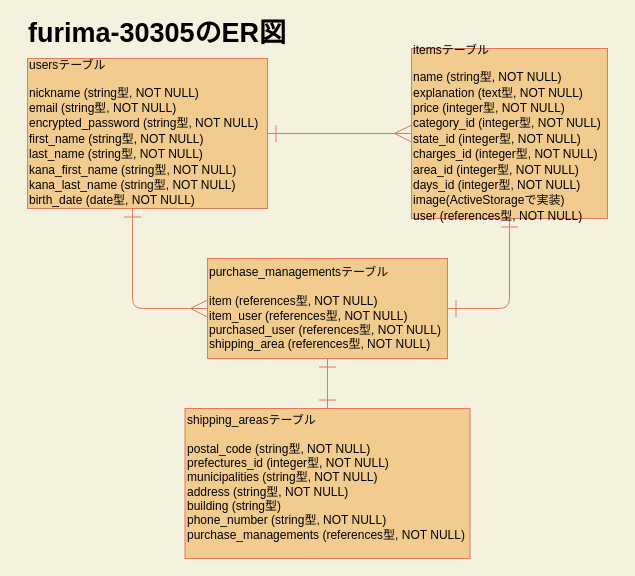
Earlier version of the draw.io diagram test.dio (marmite334/furima-30305). Source tidied: cells renumbered, new cells numbered last; positions are measured from the earlier drawing's top-left corner, leaving out a move shared by most shapes. Both pictures are drawn from the tidied source at 100%, with x=0, y=0 at pixel (17, 18).
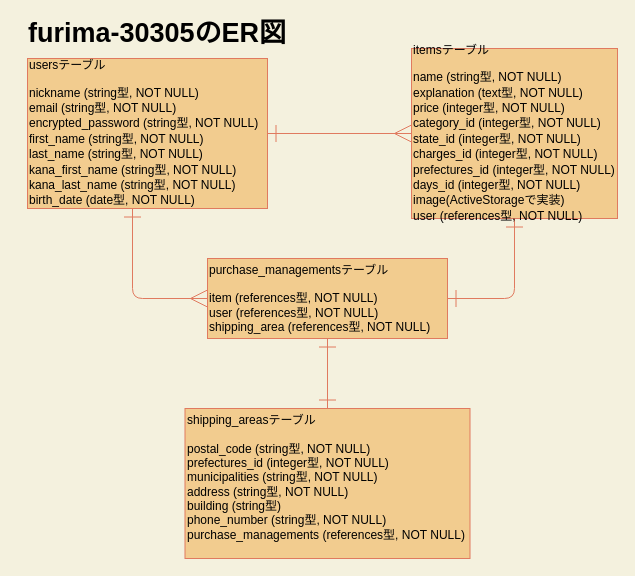
The same diagram, later.

Commit message (it also covers changes not shown here):
purchase_managementsテーブルの修正

Diff of the diagram source:
```diff
@@
 <mxGraphModel background="#F4F1DE">
   <root>
     <mxCell id="0" />
     <mxCell id="1" parent="0" />
     <mxCell id="2" value="&lt;b&gt;&lt;font style=&quot;font-size: 27px&quot;&gt;furima-30305のER図&lt;/font&gt;&lt;/b&gt;" style="text;html=1;strokeColor=none;fillColor=none;align=center;verticalAlign=middle;whiteSpace=wrap;rounded=0;fontColor=#000000;" parent="1" vertex="1">
       <mxGeometry width="280" height="30" as="geometry" />
     </mxCell>
     <mxCell id="3" style="edgeStyle=orthogonalEdgeStyle;rounded=1;jettySize=auto;html=1;entryX=0;entryY=0.5;entryDx=0;entryDy=0;strokeColor=#E07A5F;fillColor=#F2CC8F;fontColor=#393C56;endArrow=ERmany;endFill=0;startArrow=ERone;startFill=0;endSize=15;startSize=15;" parent="1" edge="1" target="10">
       <mxGeometry relative="1" as="geometry">
         <mxPoint x="115" y="190" as="sourcePoint" />
         <Array as="points">
-          <mxPoint x="115" y="290" />
+          <mxPoint x="115" y="280" />
         </Array>
       </mxGeometry>
     </mxCell>
     <mxCell id="4" style="edgeStyle=orthogonalEdgeStyle;rounded=1;jettySize=auto;html=1;entryX=0;entryY=0.5;entryDx=0;entryDy=0;startArrow=ERone;startFill=0;startSize=15;endArrow=ERmany;endFill=0;endSize=15;strokeColor=#E07A5F;fillColor=#F2CC8F;fontColor=#393C56;" parent="1" edge="1" source="5" target="7">
       <mxGeometry relative="1" as="geometry" />
     </mxCell>
     <mxCell id="5" value="&lt;pre&gt;&lt;span style=&quot;color: rgb(0 , 0 , 0)&quot;&gt;&lt;font face=&quot;Helvetica&quot;&gt;usersテーブル&lt;/font&gt;&lt;/span&gt;&lt;/pre&gt;&lt;pre&gt;&lt;font face=&quot;Helvetica&quot;&gt;&lt;span style=&quot;color: rgb(0 , 0 , 0)&quot;&gt;nickname (string型, NOT NULL)&lt;br&gt;&lt;/span&gt;&lt;span style=&quot;color: rgb(0 , 0 , 0)&quot;&gt;email&amp;nbsp;(string型, NOT NULL)&lt;br&gt;&lt;/span&gt;&lt;/font&gt;&lt;font color=&quot;#000000&quot; face=&quot;Helvetica&quot;&gt;encrypted_password&lt;/font&gt;&lt;font face=&quot;Helvetica&quot;&gt;&lt;span style=&quot;color: rgb(0 , 0 , 0)&quot;&gt;&amp;nbsp;(string型, NOT NULL)&lt;br&gt;&lt;/span&gt;&lt;span style=&quot;color: rgb(0 , 0 , 0)&quot;&gt;first_name (string型, NOT NULL)&lt;br&gt;&lt;/span&gt;&lt;span style=&quot;color: rgb(0 , 0 , 0)&quot;&gt;last_name (string型, NOT NULL)&lt;br&gt;&lt;/span&gt;&lt;span style=&quot;color: rgb(0 , 0 , 0)&quot;&gt;kana_first_name (string型, NOT NULL)&lt;br&gt;&lt;/span&gt;&lt;span style=&quot;color: rgb(0 , 0 , 0)&quot;&gt;kana_last_name (string型, NOT NULL)&lt;br&gt;&lt;/span&gt;&lt;span style=&quot;color: rgb(0 , 0 , 0)&quot;&gt;birth_date (date型, NOT NULL)&lt;/span&gt;&lt;/font&gt;&lt;br&gt;&lt;/pre&gt;&lt;blockquote style=&quot;border: none ; margin: 0px 0px 0px 40px ; padding: 0px&quot;&gt;&lt;/blockquote&gt;&lt;blockquote style=&quot;border: none ; margin: 0px 0px 0px 40px ; padding: 0px&quot;&gt;&lt;/blockquote&gt;&lt;blockquote style=&quot;border: none ; margin: 0px 0px 0px 40px ; padding: 0px&quot;&gt;&lt;/blockquote&gt;&lt;blockquote style=&quot;border: none ; margin: 0px 0px 0px 40px ; padding: 0px&quot;&gt;&lt;/blockquote&gt;" style="rounded=0;whiteSpace=wrap;html=1;align=left;fillColor=#F2CC8F;strokeColor=#E07A5F;fontColor=#393C56;" parent="1" vertex="1">
       <mxGeometry x="10" y="40" width="240" height="150" as="geometry" />
     </mxCell>
     <mxCell id="6" style="edgeStyle=orthogonalEdgeStyle;rounded=1;jettySize=auto;html=1;exitX=0.5;exitY=1;exitDx=0;exitDy=0;entryX=1;entryY=0.5;entryDx=0;entryDy=0;startArrow=ERone;startFill=0;startSize=15;endArrow=ERone;endFill=0;endSize=15;strokeColor=#E07A5F;fillColor=#F2CC8F;fontColor=#393C56;" parent="1" edge="1" source="7" target="10">
       <mxGeometry relative="1" as="geometry">
         <Array as="points">
-          <mxPoint x="492" y="290" />
+          <mxPoint x="497" y="280" />
         </Array>
       </mxGeometry>
     </mxCell>
-    <mxCell id="7" value="&lt;pre&gt;&lt;span style=&quot;color: rgb(0 , 0 , 0)&quot;&gt;&lt;font face=&quot;Helvetica&quot;&gt;itemsテーブル&lt;/font&gt;&lt;/span&gt;&lt;/pre&gt;&lt;pre&gt;&lt;font face=&quot;Helvetica&quot;&gt;&lt;span style=&quot;color: rgb(0 , 0 , 0)&quot;&gt;name (string型, NOT NULL)&lt;br&gt;&lt;/span&gt;&lt;span style=&quot;color: rgb(0 , 0 , 0)&quot;&gt;explanation (text型, NOT NULL)&lt;br&gt;&lt;/span&gt;&lt;span style=&quot;color: rgb(0 , 0 , 0)&quot;&gt;price (integer型, NOT NULL)&lt;br&gt;&lt;/span&gt;&lt;span style=&quot;color: rgb(0 , 0 , 0)&quot;&gt;category_id (integer型, NOT NULL)&lt;br&gt;&lt;/span&gt;&lt;span style=&quot;color: rgb(0 , 0 , 0)&quot;&gt;state_id (integer型, NOT NULL)&lt;br&gt;&lt;/span&gt;&lt;span style=&quot;color: rgb(0 , 0 , 0)&quot;&gt;charges_id (integer型, NOT NULL)&lt;br&gt;&lt;/span&gt;&lt;span style=&quot;color: rgb(0 , 0 , 0)&quot;&gt;area_id (integer型, NOT NULL)&lt;br&gt;&lt;/span&gt;&lt;span style=&quot;color: rgb(0 , 0 , 0)&quot;&gt;days_id (integer型, NOT NULL)&lt;br&gt;&lt;/span&gt;&lt;span style=&quot;color: rgb(0 , 0 , 0)&quot;&gt;image(ActiveStorageで実装&lt;/span&gt;&lt;span style=&quot;color: rgb(0 , 0 , 0)&quot;&gt;)&lt;br&gt;&lt;/span&gt;&lt;font color=&quot;#000000&quot;&gt;user (references型, NOT NULL)&lt;/font&gt;&lt;/font&gt;&lt;/pre&gt;&lt;p style=&quot;line-height: 18px&quot;&gt;&lt;/p&gt;&lt;p&gt;&lt;/p&gt;" style="rounded=0;whiteSpace=wrap;html=1;align=left;fillColor=#F2CC8F;strokeColor=#E07A5F;fontColor=#393C56;" parent="1" vertex="1">
-      <mxGeometry x="394" y="30" width="196" height="170" as="geometry" />
+    <mxCell id="7" value="&lt;pre&gt;&lt;span style=&quot;color: rgb(0 , 0 , 0)&quot;&gt;&lt;font face=&quot;Helvetica&quot;&gt;itemsテーブル&lt;/font&gt;&lt;/span&gt;&lt;/pre&gt;&lt;pre&gt;&lt;font face=&quot;Helvetica&quot;&gt;&lt;span style=&quot;color: rgb(0 , 0 , 0)&quot;&gt;name (string型, NOT NULL)&lt;br&gt;&lt;/span&gt;&lt;span style=&quot;color: rgb(0 , 0 , 0)&quot;&gt;explanation (text型, NOT NULL)&lt;br&gt;&lt;/span&gt;&lt;span style=&quot;color: rgb(0 , 0 , 0)&quot;&gt;price (integer型, NOT NULL)&lt;br&gt;&lt;/span&gt;&lt;span style=&quot;color: rgb(0 , 0 , 0)&quot;&gt;category_id (integer型, NOT NULL)&lt;br&gt;&lt;/span&gt;&lt;span style=&quot;color: rgb(0 , 0 , 0)&quot;&gt;state_id (integer型, NOT NULL)&lt;br&gt;&lt;/span&gt;&lt;span style=&quot;color: rgb(0 , 0 , 0)&quot;&gt;charges_id (integer型, NOT NULL)&lt;br&gt;&lt;/span&gt;&lt;font color=&quot;#000000&quot;&gt;prefectures_id&lt;/font&gt;&lt;span style=&quot;color: rgb(0 , 0 , 0)&quot;&gt; (integer型, NOT NULL)&lt;br&gt;&lt;/span&gt;&lt;span style=&quot;color: rgb(0 , 0 , 0)&quot;&gt;days_id (integer型, NOT NULL)&lt;br&gt;&lt;/span&gt;&lt;span style=&quot;color: rgb(0 , 0 , 0)&quot;&gt;image(ActiveStorageで実装&lt;/span&gt;&lt;span style=&quot;color: rgb(0 , 0 , 0)&quot;&gt;)&lt;br&gt;&lt;/span&gt;&lt;font color=&quot;#000000&quot;&gt;user (references型, NOT NULL)&lt;/font&gt;&lt;/font&gt;&lt;/pre&gt;&lt;p style=&quot;line-height: 18px&quot;&gt;&lt;/p&gt;&lt;p&gt;&lt;/p&gt;" style="rounded=0;whiteSpace=wrap;html=1;align=left;fillColor=#F2CC8F;strokeColor=#E07A5F;fontColor=#393C56;" parent="1" vertex="1">
+      <mxGeometry x="394" y="30" width="206" height="170" as="geometry" />
     </mxCell>
     <mxCell id="8" value="&lt;span style=&quot;color: rgb(0 , 0 , 0)&quot;&gt;shipping_areasテーブル&lt;br&gt;&lt;/span&gt;&lt;br&gt;&lt;span style=&quot;color: rgb(0 , 0 , 0)&quot;&gt;postal_code (string型, NOT NULL)&lt;/span&gt;&lt;br&gt;&lt;span style=&quot;color: rgb(0 , 0 , 0)&quot;&gt;prefectures_id (integer型, NOT NULL)&lt;/span&gt;&lt;br&gt;&lt;span style=&quot;color: rgb(0 , 0 , 0)&quot;&gt;municipalities (string型, NOT NULL)&lt;/span&gt;&lt;br&gt;&lt;span style=&quot;color: rgb(0 , 0 , 0)&quot;&gt;address (string型, NOT NULL)&lt;/span&gt;&lt;br&gt;&lt;span style=&quot;color: rgb(0 , 0 , 0)&quot;&gt;building (string型)&lt;/span&gt;&lt;br&gt;&lt;font face=&quot;Helvetica&quot; style=&quot;color: rgb(0 , 0 , 0)&quot;&gt;phone_number (&lt;/font&gt;&lt;font face=&quot;Helvetica&quot; style=&quot;color: rgb(0 , 0 , 0)&quot;&gt;string型, NOT NULL)&lt;/font&gt;&lt;br&gt;&lt;font color=&quot;#000000&quot;&gt;purchase_managements&lt;span&gt;&amp;nbsp;(references型, NOT NULL)&lt;/span&gt;&lt;/font&gt;&lt;div style=&quot;font-weight: normal ; font-size: 12px ; line-height: 18px&quot;&gt;&lt;p&gt;&lt;/p&gt;&lt;p&gt;&lt;/p&gt;&lt;/div&gt;" style="rounded=0;whiteSpace=wrap;html=1;align=left;fillColor=#F2CC8F;strokeColor=#E07A5F;fontColor=#393C56;" parent="1" vertex="1">
       <mxGeometry x="167.5" y="390" width="285" height="150" as="geometry" />
     </mxCell>
     <mxCell id="9" style="edgeStyle=orthogonalEdgeStyle;rounded=1;jettySize=auto;html=1;exitX=0.5;exitY=1;exitDx=0;exitDy=0;startArrow=ERone;startFill=0;startSize=15;endArrow=ERone;endFill=0;endSize=15;strokeColor=#E07A5F;fillColor=#F2CC8F;fontColor=#393C56;" parent="1" edge="1" source="10" target="8">
       <mxGeometry relative="1" as="geometry" />
     </mxCell>
-    <mxCell id="10" value="&lt;div&gt;&lt;span&gt;purchase_managementsテーブル&lt;/span&gt;&lt;/div&gt;&lt;div&gt;&lt;span&gt;&lt;br&gt;&lt;/span&gt;&lt;/div&gt;&lt;div&gt;&lt;span&gt;item (references型, NOT NULL)&lt;/span&gt;&lt;/div&gt;&lt;div&gt;&lt;span&gt;item_user (references型, NOT NULL)&lt;/span&gt;&lt;/div&gt;&lt;div&gt;&lt;span&gt;purchased_user (references型, NOT NULL)&lt;/span&gt;&lt;/div&gt;&lt;div&gt;&lt;span&gt;shipping_area (references型, NOT NULL)&lt;/span&gt;&lt;/div&gt;" style="rounded=0;whiteSpace=wrap;html=1;sketch=0;strokeColor=#E07A5F;fillColor=#F2CC8F;fontColor=#000000;align=left;" parent="1" vertex="1">
-      <mxGeometry x="190" y="240" width="240" height="100" as="geometry" />
+    <mxCell id="10" value="&lt;div&gt;&lt;span&gt;purchase_managementsテーブル&lt;/span&gt;&lt;/div&gt;&lt;div&gt;&lt;span&gt;&lt;br&gt;&lt;/span&gt;&lt;/div&gt;&lt;div&gt;&lt;span&gt;item (references型, NOT NULL)&lt;/span&gt;&lt;/div&gt;&lt;div&gt;&lt;span&gt;user (references型, NOT NULL)&lt;/span&gt;&lt;/div&gt;&lt;div&gt;&lt;span&gt;shipping_area (references型, NOT NULL)&lt;/span&gt;&lt;/div&gt;" style="rounded=0;whiteSpace=wrap;html=1;sketch=0;strokeColor=#E07A5F;fillColor=#F2CC8F;fontColor=#000000;align=left;" parent="1" vertex="1">
+      <mxGeometry x="190" y="240" width="240" height="80" as="geometry" />
     </mxCell>
   </root>
 </mxGraphModel>
```
